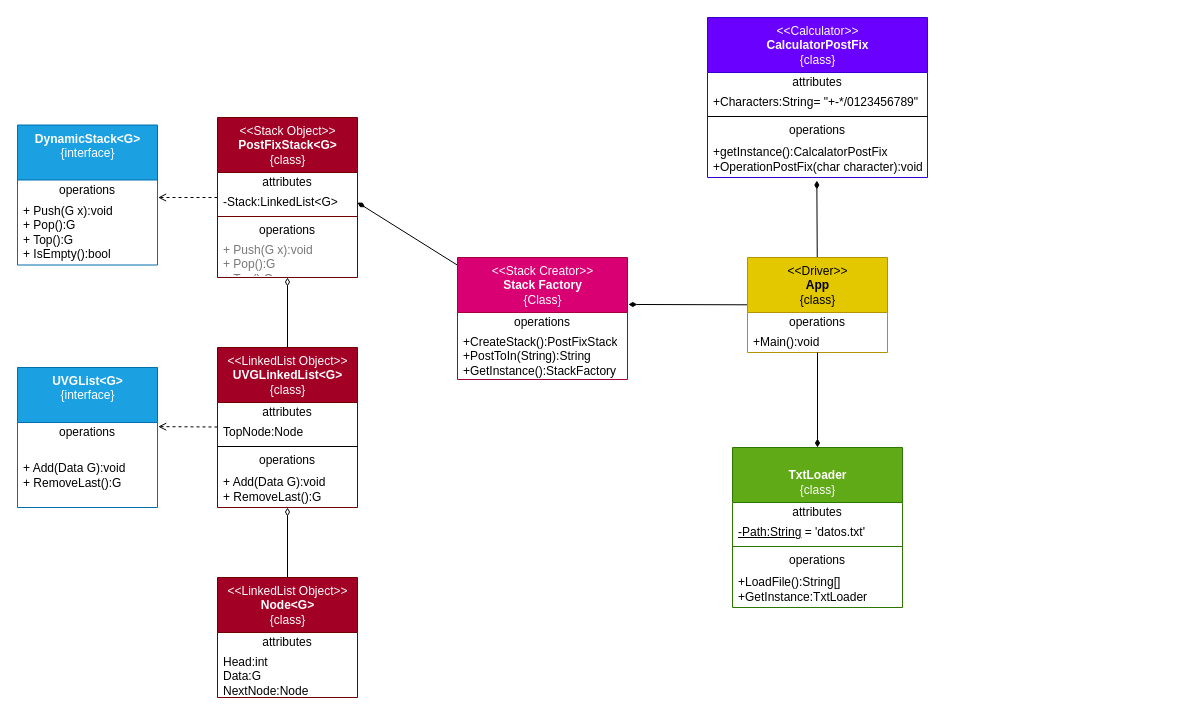
PeDro0210/hdt_4 keeps this draw.io diagram as tasks/Diagrams.drawio. Above is the earlier version. Source tidied: cells renumbered, new cells numbered last; positions are measured from the earlier drawing's top-left corner, leaving out a move shared by most shapes. Both pictures are drawn from the tidied source at 100%, with x=0, y=0 at pixel (17, 17).
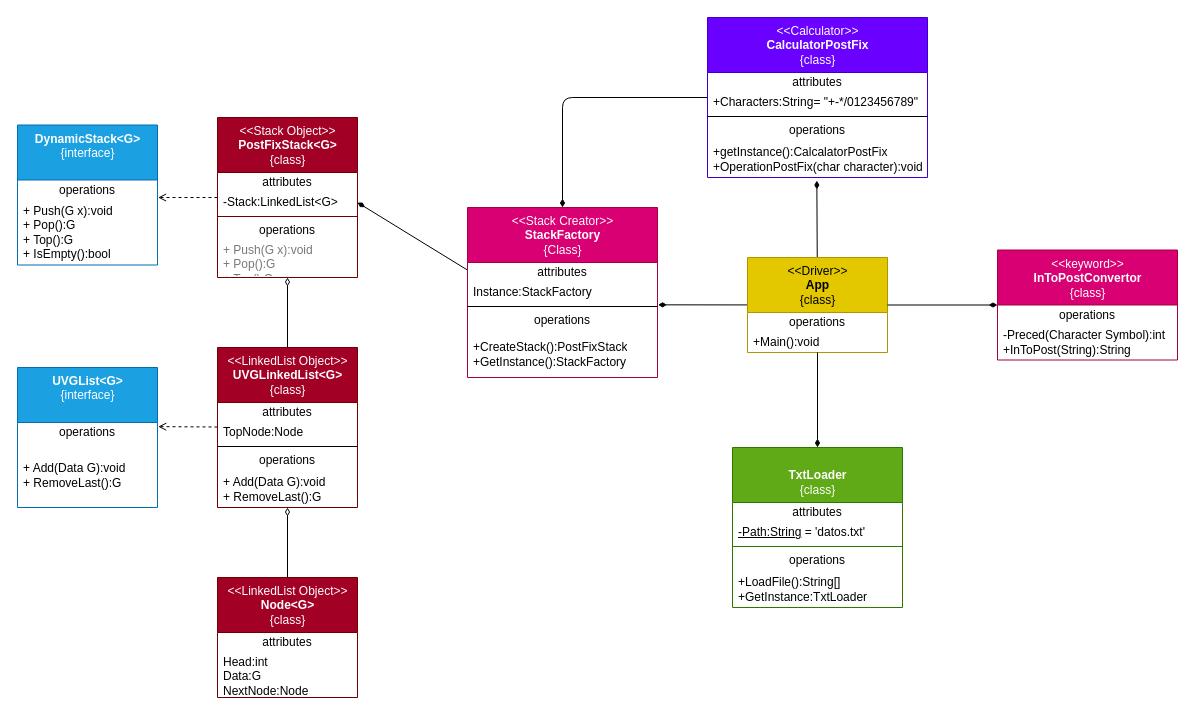
After the change.

Unchanged cells that the change refers to:
```xml
<mxCell id="9" value="-Stack:LinkedList&amp;lt;G&amp;gt;" style="text;html=1;strokeColor=none;fillColor=none;align=left;verticalAlign=middle;spacingLeft=4;spacingRight=4;overflow=hidden;points=[[0,0.5],[1,0.5]];portConstraint=eastwest;" parent="7" vertex="1">
  <mxGeometry y="75" width="140" height="20" as="geometry" />
</mxCell>
<mxCell id="15" value="&amp;lt;&amp;lt;Driver&amp;gt;&amp;gt;&lt;br&gt;&lt;b&gt;App&lt;br&gt;&lt;/b&gt;{class}" style="swimlane;fontStyle=0;align=center;verticalAlign=top;horizontal=1;startSize=55;html=1;fillColor=#e3c800;fontColor=#000000;strokeColor=#B09500;" parent="1" vertex="1">
  <mxGeometry x="730" y="240" width="140" height="95" as="geometry" />
</mxCell>
<mxCell id="29" value="&amp;lt;&amp;lt;Calculator&amp;gt;&amp;gt;&lt;br&gt;&lt;b&gt;CalculatorPostFix&lt;/b&gt;&lt;br&gt;{class}" style="swimlane;fontStyle=0;align=center;verticalAlign=top;horizontal=1;startSize=55;html=1;fillColor=#6a00ff;fontColor=#ffffff;strokeColor=#3700CC;" parent="1" vertex="1">
  <mxGeometry x="690" width="220" height="160" as="geometry" />
</mxCell>
```

Diff of the diagram source:
```diff
@@
-    <mxCell id="14" style="edgeStyle=none;html=1;entryX=1.005;entryY=0.385;entryDx=0;entryDy=0;entryPerimeter=0;endArrow=diamondThin;endFill=1;" parent="1" edge="1" source="15" target="43">
-      <mxGeometry relative="1" as="geometry" />
-    </mxCell>
+    <mxCell id="49" style="edgeStyle=none;html=1;entryX=1.003;entryY=0.292;entryDx=0;entryDy=0;entryPerimeter=0;startArrow=none;startFill=0;endArrow=diamondThin;endFill=1;" parent="1" edge="1" source="15" target="54">
+      <mxGeometry relative="1" as="geometry" />
+    </mxCell>
@@
+    <mxCell id="50" style="edgeStyle=none;html=1;entryX=0.5;entryY=0;entryDx=0;entryDy=0;startArrow=none;startFill=0;endArrow=diamondThin;endFill=1;" parent="1" edge="1" source="29" target="51">
+      <mxGeometry relative="1" as="geometry">
+        <Array as="points">
+          <mxPoint x="545" y="80" />
+        </Array>
+      </mxGeometry>
+    </mxCell>
@@
-    <mxCell id="42" style="edgeStyle=none;html=1;entryX=1;entryY=0.5;entryDx=0;entryDy=0;endArrow=diamondThin;endFill=1;" parent="1" edge="1" source="43" target="9">
+    <mxCell id="42" style="edgeStyle=none;html=1;entryX=1;entryY=0.5;entryDx=0;entryDy=0;endArrow=diamondThin;endFill=1;exitX=-0.002;exitY=0.367;exitDx=0;exitDy=0;exitPerimeter=0;" parent="1" edge="1" source="52" target="9">
       <mxGeometry relative="1" as="geometry" />
     </mxCell>
-    <mxCell id="43" value="&amp;lt;&amp;lt;Stack Creator&amp;gt;&amp;gt;&lt;br&gt;&lt;b&gt;Stack Factory&lt;br&gt;&lt;/b&gt;{Class}" style="swimlane;fontStyle=0;align=center;verticalAlign=top;horizontal=1;startSize=55;html=1;fillColor=#d80073;fontColor=#ffffff;strokeColor=#A50040;" parent="1" vertex="1">
-      <mxGeometry x="440" y="240" width="170" height="122" as="geometry" />
-    </mxCell>
-    <mxCell id="44" value="operations" style="text;html=1;strokeColor=none;fillColor=none;align=center;verticalAlign=middle;spacingLeft=4;spacingRight=4;overflow=hidden;" parent="43" vertex="1">
-      <mxGeometry y="55" width="170" height="20" as="geometry" />
-    </mxCell>
-    <mxCell id="45" value="+CreateStack():PostFixStack&lt;br&gt;+PostToIn(String):String&lt;br&gt;+GetInstance():StackFactory" style="text;html=1;strokeColor=none;fillColor=none;align=left;verticalAlign=middle;spacingLeft=4;spacingRight=4;overflow=hidden;" parent="43" vertex="1">
-      <mxGeometry y="75" width="170" height="47" as="geometry" />
-    </mxCell>
@@
+    <mxCell id="51" value="&amp;lt;&amp;lt;Stack Creator&amp;gt;&amp;gt;&lt;br&gt;&lt;b&gt;StackFactory&lt;/b&gt;&lt;br&gt;{Class}" style="swimlane;fontStyle=0;align=center;verticalAlign=top;horizontal=1;startSize=55;html=1;fillColor=#d80073;fontColor=#ffffff;strokeColor=#A50040;" parent="1" vertex="1">
+      <mxGeometry x="450" y="190" width="190" height="170" as="geometry" />
+    </mxCell>
+    <mxCell id="52" value="attributes" style="text;html=1;strokeColor=none;fillColor=none;align=center;verticalAlign=middle;spacingLeft=4;spacingRight=4;overflow=hidden;points=[[0,0.5],[1,0.5]];portConstraint=eastwest;" parent="51" vertex="1">
+      <mxGeometry y="55" width="190" height="20" as="geometry" />
+    </mxCell>
+    <mxCell id="53" value="Instance:StackFactory" style="text;html=1;strokeColor=none;fillColor=none;align=left;verticalAlign=middle;spacingLeft=4;spacingRight=4;overflow=hidden;" parent="51" vertex="1">
+      <mxGeometry y="75" width="190" height="20" as="geometry" />
+    </mxCell>
+    <mxCell id="54" style="line;strokeWidth=1;fillColor=none;align=left;verticalAlign=middle;spacingTop=-1;spacingLeft=3;spacingRight=3;labelPosition=right;points=[];portConstraint=eastwest;" parent="51" vertex="1">
+      <mxGeometry y="95" width="190" height="8" as="geometry" />
+    </mxCell>
+    <mxCell id="55" value="operations" style="text;html=1;strokeColor=none;fillColor=none;align=center;verticalAlign=middle;spacingLeft=4;spacingRight=4;overflow=hidden;" parent="51" vertex="1">
+      <mxGeometry y="103" width="190" height="20" as="geometry" />
+    </mxCell>
+    <mxCell id="56" value="+CreateStack():PostFixStack&lt;br&gt;+GetInstance():StackFactory" style="text;html=1;strokeColor=none;fillColor=none;align=left;verticalAlign=middle;spacingLeft=4;spacingRight=4;overflow=hidden;" parent="51" vertex="1">
+      <mxGeometry y="123" width="190" height="47" as="geometry" />
+    </mxCell>
+    <mxCell id="57" style="edgeStyle=none;html=1;entryX=1;entryY=0.5;entryDx=0;entryDy=0;endArrow=none;endFill=0;startArrow=diamondThin;startFill=1;" parent="1" edge="1" source="58" target="15">
+      <mxGeometry relative="1" as="geometry" />
+    </mxCell>
+    <mxCell id="58" value="&amp;lt;&amp;lt;keyword&amp;gt;&amp;gt;&lt;br&gt;&lt;b&gt;InToPostConvertor&lt;/b&gt;&lt;br&gt;{class}" style="swimlane;fontStyle=0;align=center;verticalAlign=top;horizontal=1;startSize=55;html=1;fillColor=#d80073;fontColor=#ffffff;strokeColor=#A50040;" parent="1" vertex="1">
+      <mxGeometry x="980" y="232.5" width="180" height="110" as="geometry" />
+    </mxCell>
+    <mxCell id="59" value="operations" style="text;html=1;strokeColor=none;fillColor=none;align=center;verticalAlign=middle;spacingLeft=4;spacingRight=4;overflow=hidden;" parent="58" vertex="1">
+      <mxGeometry y="55" width="180" height="20" as="geometry" />
+    </mxCell>
+    <mxCell id="60" value="-Preced(Character Symbol):int&lt;br&gt;+InToPost(String):String" style="text;html=1;strokeColor=none;fillColor=none;align=left;verticalAlign=middle;spacingLeft=4;spacingRight=4;overflow=hidden;" parent="58" vertex="1">
+      <mxGeometry y="75" width="180" height="35" as="geometry" />
+    </mxCell>
```
